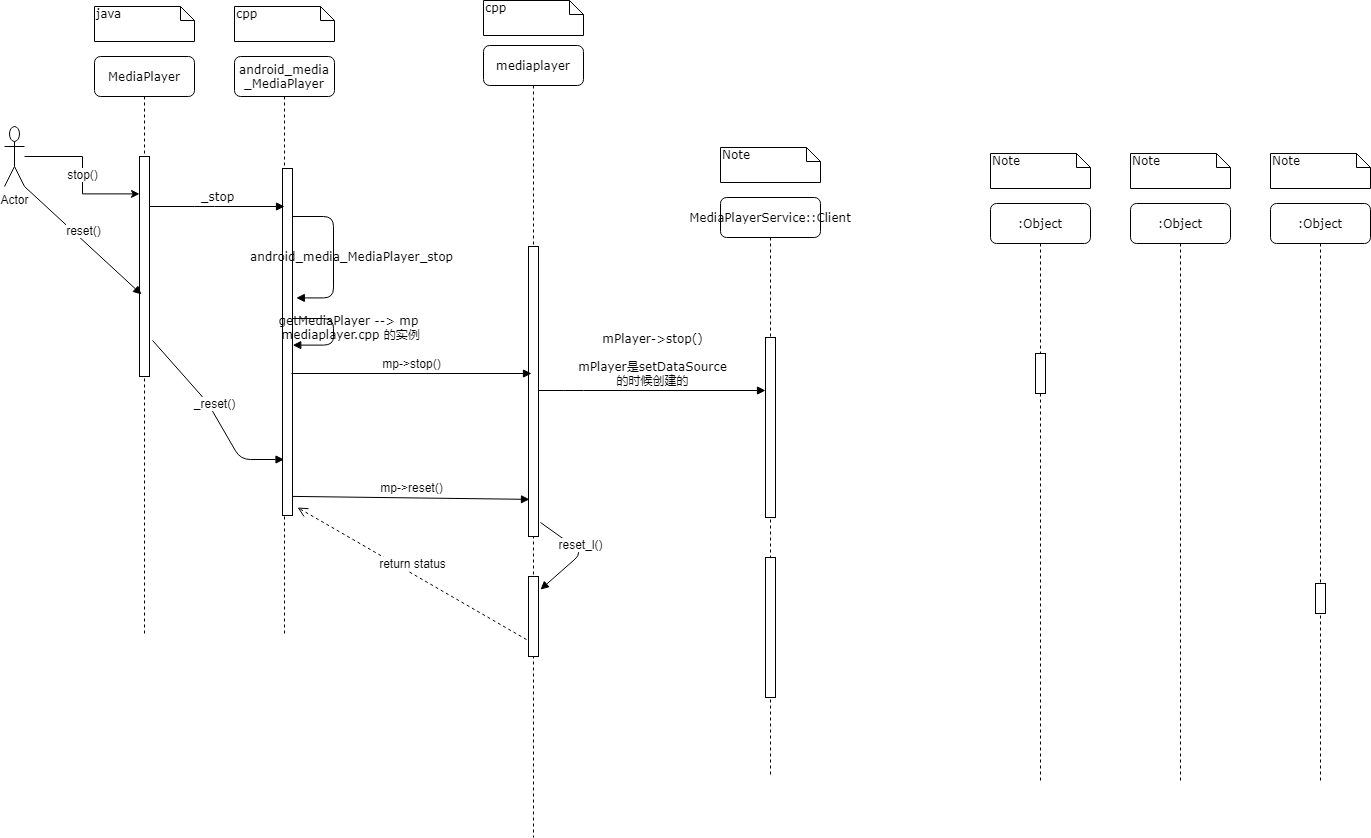
yaodewei/Diagram keeps this draw.io diagram as android/player退出.png. Above is the earlier version. Source tidied: cells renumbered, new cells last; positions are measured from the earlier drawing's top-left corner, leaving out a move shared by most shapes.
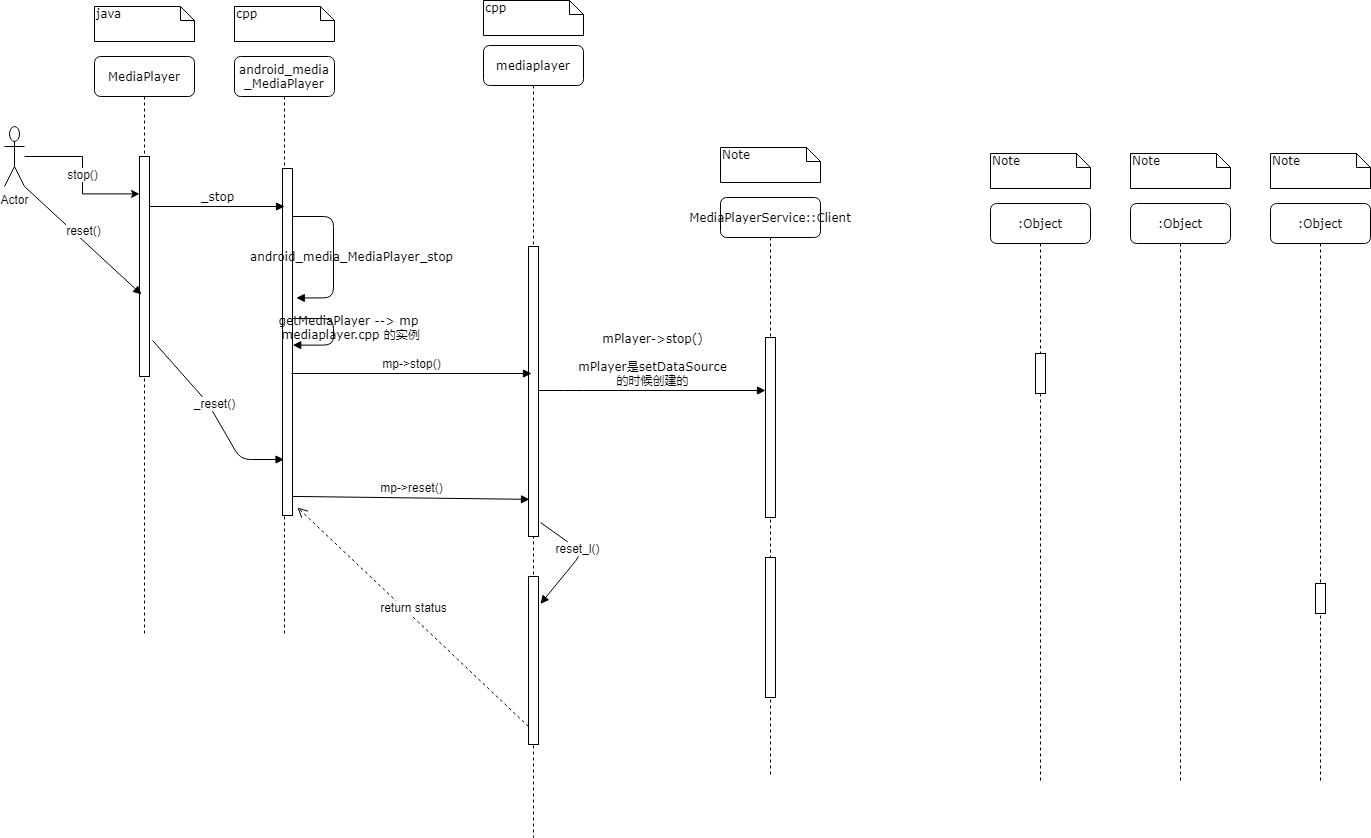
Above is the later version.

Change to the diagram source:
```diff
@@ -39,7 +39,7 @@
       <mxGeometry x="45" y="201" width="10" height="290" as="geometry" />
     </mxCell>
     <mxCell id="8" style="html=1;points=[];perimeter=orthogonalPerimeter;" parent="6" vertex="1">
-      <mxGeometry x="45" y="531" width="10" height="80" as="geometry" />
+      <mxGeometry x="45" y="531" width="10" height="168" as="geometry" />
     </mxCell>
     <mxCell id="9" value="MediaPlayerService::Client" style="shape=umlLifeline;perimeter=lifelinePerimeter;whiteSpace=wrap;html=1;rounded=1;shadow=0;comic=0;labelBackgroundColor=none;strokeWidth=1;fontFamily=Verdana;fontSize=12;align=center;" parent="1" vertex="1">
       <mxGeometry x="716" y="197" width="100" height="580" as="geometry" />
@@ -148,9 +148,8 @@
         </Array>
       </mxGeometry>
     </mxCell>
-    <mxCell id="35" value="return status" style="html=1;verticalAlign=bottom;endArrow=open;dashed=1;endSize=8;exitX=-0.4;exitY=0.788;exitDx=0;exitDy=0;exitPerimeter=0;entryX=1.3;entryY=0.977;entryDx=0;entryDy=0;entryPerimeter=0;" parent="1" edge="1">
+    <mxCell id="35" value="return status" style="html=1;verticalAlign=bottom;endArrow=open;dashed=1;endSize=8;entryX=1.3;entryY=0.977;entryDx=0;entryDy=0;entryPerimeter=0;exitX=0;exitY=0.893;exitDx=0;exitDy=0;exitPerimeter=0;" parent="1" edge="1" source="8">
       <mxGeometry relative="1" as="geometry">
-        <mxPoint x="522" y="639" as="sourcePoint" />
         <mxPoint x="293" y="507" as="targetPoint" />
       </mxGeometry>
     </mxCell>
```
